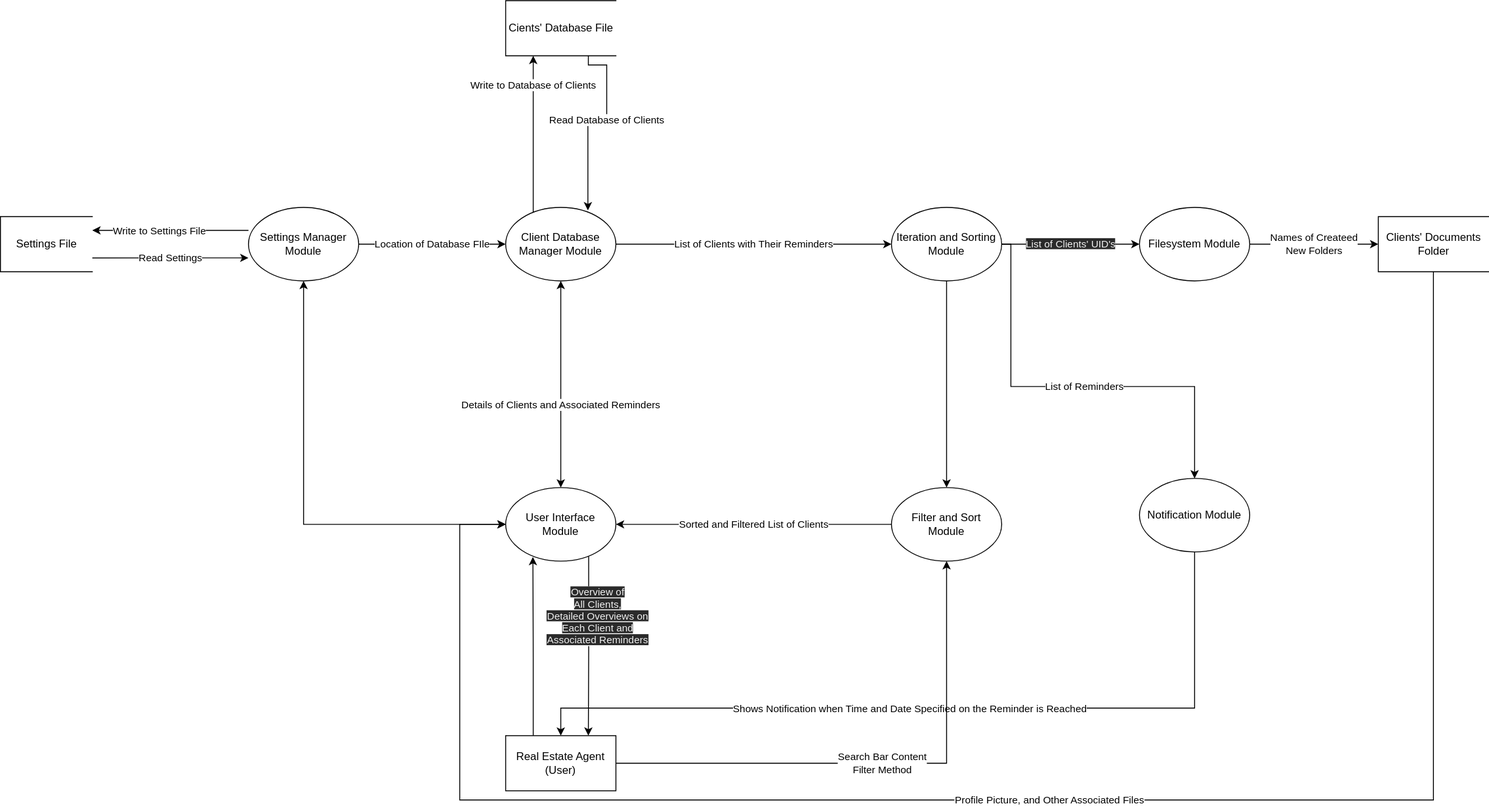
This is docs/dataflow.drawio.svg from amydevs/property-client-manager, a draw.io export, as it was before one commit. Source tidied: cells renumbered, new cells last; positions are measured from the earlier drawing's top-left corner, leaving out a move shared by most shapes. Source of this version:
```xml
<mxGraphModel>
  <root>
    <mxCell id="0" />
    <mxCell id="1" parent="0" />
    <mxCell id="2" value="List of Clients with Their Reminders" style="edgeStyle=orthogonalEdgeStyle;html=1;rounded=0;" parent="1" edge="1" source="3" target="16">
      <mxGeometry relative="1" as="geometry" />
    </mxCell>
    <mxCell id="3" value="Client Database Manager Module" style="ellipse;whiteSpace=wrap;html=1;" parent="1" vertex="1">
      <mxGeometry x="550" y="225" width="120" height="80" as="geometry" />
    </mxCell>
    <mxCell id="4" value="Location of Database FIle" style="edgeStyle=none;html=1;" parent="1" edge="1" source="5" target="3">
      <mxGeometry relative="1" as="geometry" />
    </mxCell>
    <mxCell id="5" value="Settings Manager Module" style="ellipse;whiteSpace=wrap;html=1;" parent="1" vertex="1">
      <mxGeometry x="270" y="225" width="120" height="80" as="geometry" />
    </mxCell>
    <mxCell id="6" value="Settings File" style="html=1;dashed=0;whitespace=wrap;shape=partialRectangle;right=0;" parent="1" vertex="1">
      <mxGeometry y="235" width="100" height="60" as="geometry" />
    </mxCell>
    <mxCell id="7" value="Read Settings" style="endArrow=classic;html=1;entryX=0;entryY=0.687;entryDx=0;entryDy=0;entryPerimeter=0;exitX=1;exitY=0.75;exitDx=0;exitDy=0;edgeStyle=orthogonalEdgeStyle;elbow=vertical;rounded=0;" parent="1" edge="1" source="6" target="5">
      <mxGeometry relative="1" as="geometry" />
    </mxCell>
    <mxCell id="8" style="endArrow=classic;html=1;rounded=0;elbow=vertical;entryX=1;entryY=0.25;entryDx=0;entryDy=0;exitX=0;exitY=0.313;exitDx=0;exitDy=0;exitPerimeter=0;edgeStyle=orthogonalEdgeStyle;" parent="1" edge="1" source="5" target="6">
      <mxGeometry relative="1" as="geometry" />
    </mxCell>
    <mxCell id="9" value="Write to Settings File" style="edgeLabel;html=1;align=center;verticalAlign=middle;" parent="8" vertex="1">
      <mxGeometry x="0.15" relative="1" as="geometry" />
    </mxCell>
    <mxCell id="10" value="Read Database of Clients" style="edgeStyle=orthogonalEdgeStyle;rounded=0;html=1;exitX=0.75;exitY=1;exitDx=0;exitDy=0;entryX=0.746;entryY=0.041;entryDx=0;entryDy=0;entryPerimeter=0;elbow=vertical;" parent="1" edge="1" source="12" target="3">
      <mxGeometry x="-0.13" relative="1" as="geometry">
        <Array as="points">
          <mxPoint x="640" y="70" />
          <mxPoint x="660" y="70" />
          <mxPoint x="660" y="130" />
          <mxPoint x="640" y="130" />
        </Array>
      </mxGeometry>
    </mxCell>
    <mxCell id="11" value="Write to Database of Clients" style="edgeStyle=orthogonalEdgeStyle;rounded=0;html=1;elbow=vertical;entryX=0.25;entryY=1;entryDx=0;entryDy=0;exitX=0.25;exitY=0.063;exitDx=0;exitDy=0;exitPerimeter=0;" parent="1" edge="1" source="3" target="12">
      <mxGeometry x="0.63" relative="1" as="geometry">
        <Array as="points">
          <mxPoint x="580" y="80" />
          <mxPoint x="580" y="80" />
        </Array>
      </mxGeometry>
    </mxCell>
    <mxCell id="12" value="Cients' Database File" style="html=1;dashed=0;whitespace=wrap;shape=partialRectangle;right=0;" parent="1" vertex="1">
      <mxGeometry x="550" width="120" height="60" as="geometry" />
    </mxCell>
    <mxCell id="13" value="&lt;span style=&quot;color: rgb(240 , 240 , 240) ; font-family: &amp;#34;helvetica&amp;#34; ; font-size: 11px ; font-style: normal ; font-weight: 400 ; letter-spacing: normal ; text-align: center ; text-indent: 0px ; text-transform: none ; word-spacing: 0px ; background-color: rgb(42 , 42 , 42) ; display: inline ; float: none&quot;&gt;List of Clients' UID's&lt;/span&gt;" style="edgeStyle=orthogonalEdgeStyle;rounded=0;html=1;" parent="1" edge="1" source="16" target="18">
      <mxGeometry relative="1" as="geometry" />
    </mxCell>
    <mxCell id="14" value="List of Reminders" style="edgeStyle=orthogonalEdgeStyle;rounded=0;html=1;" parent="1" edge="1" source="16" target="21">
      <mxGeometry x="0.05" relative="1" as="geometry">
        <Array as="points">
          <mxPoint x="1100" y="265" />
          <mxPoint x="1100" y="420" />
          <mxPoint x="1300" y="420" />
        </Array>
      </mxGeometry>
    </mxCell>
    <mxCell id="15" style="edgeStyle=orthogonalEdgeStyle;rounded=0;html=1;exitX=0.5;exitY=1;exitDx=0;exitDy=0;entryX=0.5;entryY=0;entryDx=0;entryDy=0;" parent="1" edge="1" source="16" target="30">
      <mxGeometry relative="1" as="geometry" />
    </mxCell>
    <mxCell id="16" value="Iteration and Sorting Module" style="ellipse;whiteSpace=wrap;html=1;" parent="1" vertex="1">
      <mxGeometry x="970" y="225" width="120" height="80" as="geometry" />
    </mxCell>
    <mxCell id="17" value="Names of Createed&lt;br&gt;New Folders" style="edgeStyle=orthogonalEdgeStyle;rounded=0;html=1;" parent="1" edge="1" source="18" target="23">
      <mxGeometry relative="1" as="geometry" />
    </mxCell>
    <mxCell id="18" value="Filesystem Module" style="ellipse;whiteSpace=wrap;html=1;" parent="1" vertex="1">
      <mxGeometry x="1240" y="225" width="120" height="80" as="geometry" />
    </mxCell>
    <mxCell id="19" style="edgeStyle=orthogonalEdgeStyle;rounded=0;html=1;exitX=0.5;exitY=1;exitDx=0;exitDy=0;entryX=0.5;entryY=0;entryDx=0;entryDy=0;" parent="1" edge="1" source="21" target="27">
      <mxGeometry relative="1" as="geometry">
        <Array as="points">
          <mxPoint x="1300" y="770" />
          <mxPoint x="610" y="770" />
        </Array>
      </mxGeometry>
    </mxCell>
    <mxCell id="20" value="Shows Notification when Time and Date Specified on the Reminder is Reached" style="edgeLabel;html=1;align=center;verticalAlign=middle;" parent="19" vertex="1">
      <mxGeometry x="0.08" y="3" relative="1" as="geometry">
        <mxPoint y="-3" as="offset" />
      </mxGeometry>
    </mxCell>
    <mxCell id="21" value="Notification Module" style="ellipse;whiteSpace=wrap;html=1;" parent="1" vertex="1">
      <mxGeometry x="1240" y="520" width="120" height="80" as="geometry" />
    </mxCell>
    <mxCell id="22" value="Profile Picture, and Other Associated Files" style="edgeStyle=orthogonalEdgeStyle;html=1;exitX=0.5;exitY=1;exitDx=0;exitDy=0;rounded=0;entryX=0;entryY=0.5;entryDx=0;entryDy=0;" parent="1" edge="1" source="23" target="32">
      <mxGeometry relative="1" as="geometry">
        <Array as="points">
          <mxPoint x="1560" y="870" />
          <mxPoint x="500" y="870" />
          <mxPoint x="500" y="570" />
        </Array>
      </mxGeometry>
    </mxCell>
    <mxCell id="23" value="Clients' Documents&lt;br&gt;Folder" style="html=1;dashed=0;whitespace=wrap;shape=partialRectangle;right=0;" parent="1" vertex="1">
      <mxGeometry x="1500" y="235" width="120" height="60" as="geometry" />
    </mxCell>
    <mxCell id="24" value="Search Bar Content&lt;br&gt;Filter Method" style="edgeStyle=orthogonalEdgeStyle;rounded=0;html=1;exitX=1;exitY=0.5;exitDx=0;exitDy=0;entryX=0.5;entryY=1;entryDx=0;entryDy=0;" parent="1" edge="1" source="27" target="30">
      <mxGeometry relative="1" as="geometry" />
    </mxCell>
    <mxCell id="25" style="edgeStyle=orthogonalEdgeStyle;html=1;exitX=0.25;exitY=0;exitDx=0;exitDy=0;entryX=0.247;entryY=0.943;entryDx=0;entryDy=0;entryPerimeter=0;" parent="1" edge="1" source="27" target="32">
      <mxGeometry relative="1" as="geometry" />
    </mxCell>
    <mxCell id="26" value="&lt;span style=&quot;color: rgb(240 , 240 , 240) ; font-family: &amp;#34;helvetica&amp;#34; ; font-size: 11px ; font-style: normal ; font-weight: 400 ; letter-spacing: normal ; text-align: center ; text-indent: 0px ; text-transform: none ; word-spacing: 0px ; background-color: rgb(42 , 42 , 42) ; display: inline ; float: none&quot;&gt;Overview of&lt;/span&gt;&lt;br style=&quot;color: rgb(240 , 240 , 240) ; font-family: &amp;#34;helvetica&amp;#34; ; font-size: 11px ; font-style: normal ; font-weight: 400 ; letter-spacing: normal ; text-align: center ; text-indent: 0px ; text-transform: none ; word-spacing: 0px&quot;&gt;&lt;span style=&quot;color: rgb(240 , 240 , 240) ; font-family: &amp;#34;helvetica&amp;#34; ; font-size: 11px ; font-style: normal ; font-weight: 400 ; letter-spacing: normal ; text-align: center ; text-indent: 0px ; text-transform: none ; word-spacing: 0px ; background-color: rgb(42 , 42 , 42) ; display: inline ; float: none&quot;&gt;All Clients,&lt;br&gt;Detailed Overviews on&lt;br&gt;Each Client and&lt;br&gt;Associated Reminders&lt;br&gt;&lt;/span&gt;" style="edgeStyle=orthogonalEdgeStyle;html=1;exitX=0.753;exitY=0.938;exitDx=0;exitDy=0;entryX=0.75;entryY=0;entryDx=0;entryDy=0;exitPerimeter=0;" parent="1" edge="1" source="32" target="27">
      <mxGeometry x="-0.33" y="10" relative="1" as="geometry" />
    </mxCell>
    <mxCell id="27" value="Real Estate Agent (User)" style="rounded=0;whiteSpace=wrap;html=1;" parent="1" vertex="1">
      <mxGeometry x="550" y="800" width="120" height="60" as="geometry" />
    </mxCell>
    <mxCell id="28" style="edgeStyle=orthogonalEdgeStyle;rounded=0;html=1;exitX=0;exitY=0.5;exitDx=0;exitDy=0;entryX=0.5;entryY=1;entryDx=0;entryDy=0;startArrow=classic;startFill=1;" parent="1" edge="1" source="32" target="5">
      <mxGeometry relative="1" as="geometry" />
    </mxCell>
    <mxCell id="29" value="Sorted and Filtered List of Clients" style="edgeStyle=orthogonalEdgeStyle;rounded=0;html=1;exitX=0;exitY=0.5;exitDx=0;exitDy=0;entryX=1;entryY=0.5;entryDx=0;entryDy=0;" parent="1" edge="1" source="30" target="32">
      <mxGeometry relative="1" as="geometry" />
    </mxCell>
    <mxCell id="30" value="Filter and Sort Module" style="ellipse;whiteSpace=wrap;html=1;" parent="1" vertex="1">
      <mxGeometry x="970" y="530" width="120" height="80" as="geometry" />
    </mxCell>
    <mxCell id="31" value="Details of Clients and Associated Reminders" style="edgeStyle=none;html=1;exitX=0.5;exitY=0;exitDx=0;exitDy=0;startArrow=classic;startFill=1;" parent="1" edge="1" source="32" target="3">
      <mxGeometry x="-0.2" relative="1" as="geometry" />
    </mxCell>
    <mxCell id="32" value="User Interface Module" style="ellipse;whiteSpace=wrap;html=1;" parent="1" vertex="1">
      <mxGeometry x="550" y="530" width="120" height="80" as="geometry" />
    </mxCell>
  </root>
</mxGraphModel>
```
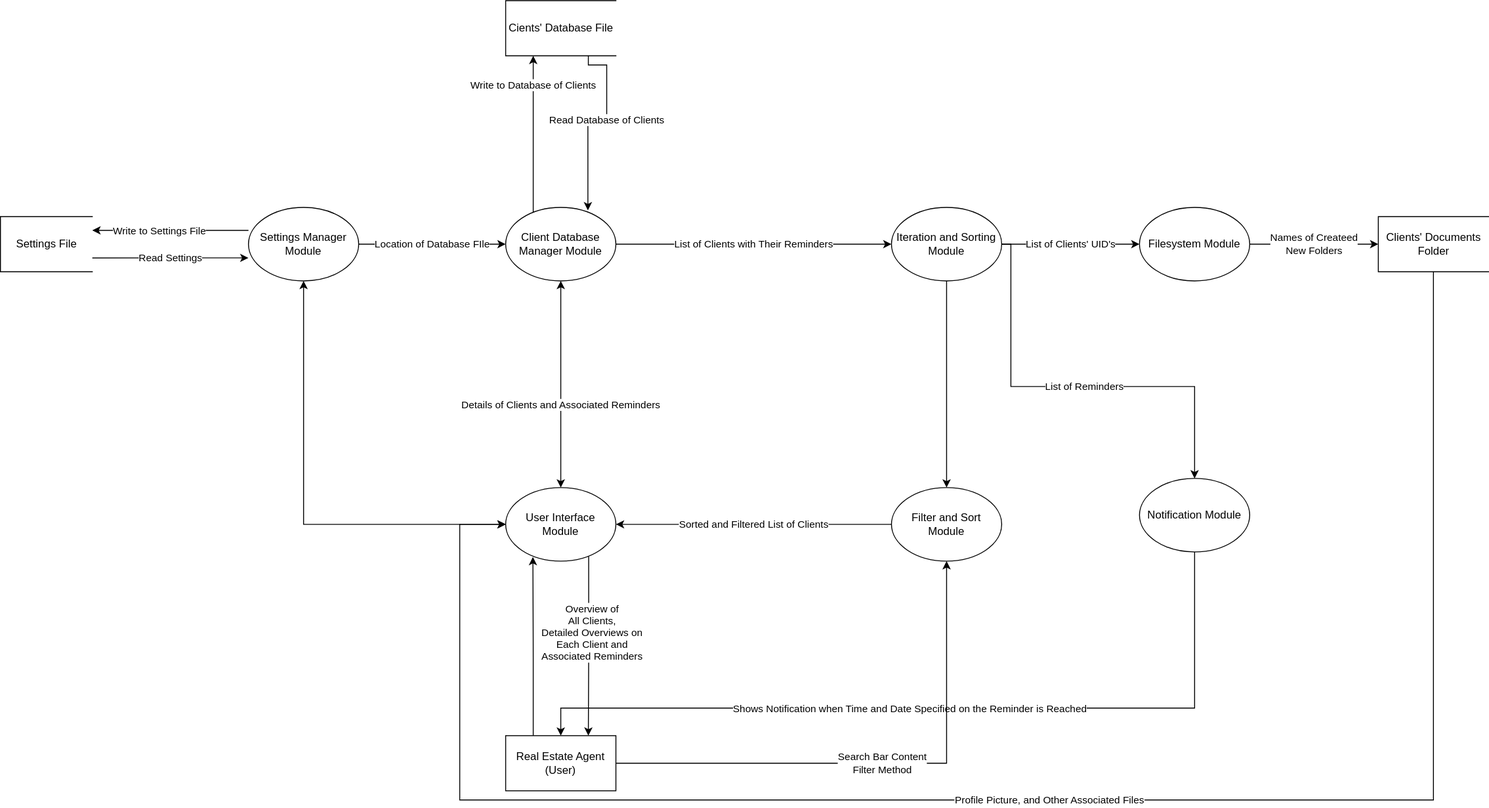
The same file after the commit.

What changed in the source:
```diff
@@ -47,7 +47,7 @@
     <mxCell id="12" value="Cients' Database File" style="html=1;dashed=0;whitespace=wrap;shape=partialRectangle;right=0;" parent="1" vertex="1">
       <mxGeometry x="550" width="120" height="60" as="geometry" />
     </mxCell>
-    <mxCell id="13" value="&lt;span style=&quot;color: rgb(240 , 240 , 240) ; font-family: &amp;#34;helvetica&amp;#34; ; font-size: 11px ; font-style: normal ; font-weight: 400 ; letter-spacing: normal ; text-align: center ; text-indent: 0px ; text-transform: none ; word-spacing: 0px ; background-color: rgb(42 , 42 , 42) ; display: inline ; float: none&quot;&gt;List of Clients' UID's&lt;/span&gt;" style="edgeStyle=orthogonalEdgeStyle;rounded=0;html=1;" parent="1" edge="1" source="16" target="18">
+    <mxCell id="13" value="&lt;span style=&quot;font-family: &amp;#34;helvetica&amp;#34;&quot;&gt;List of Clients' UID's&lt;/span&gt;" style="edgeStyle=orthogonalEdgeStyle;rounded=0;html=1;" parent="1" edge="1" source="16" target="18">
       <mxGeometry relative="1" as="geometry" />
     </mxCell>
     <mxCell id="14" value="List of Reminders" style="edgeStyle=orthogonalEdgeStyle;rounded=0;html=1;" parent="1" edge="1" source="16" target="21">
@@ -105,9 +105,14 @@
     <mxCell id="25" style="edgeStyle=orthogonalEdgeStyle;html=1;exitX=0.25;exitY=0;exitDx=0;exitDy=0;entryX=0.247;entryY=0.943;entryDx=0;entryDy=0;entryPerimeter=0;" parent="1" edge="1" source="27" target="32">
       <mxGeometry relative="1" as="geometry" />
     </mxCell>
-    <mxCell id="26" value="&lt;span style=&quot;color: rgb(240 , 240 , 240) ; font-family: &amp;#34;helvetica&amp;#34; ; font-size: 11px ; font-style: normal ; font-weight: 400 ; letter-spacing: normal ; text-align: center ; text-indent: 0px ; text-transform: none ; word-spacing: 0px ; background-color: rgb(42 , 42 , 42) ; display: inline ; float: none&quot;&gt;Overview of&lt;/span&gt;&lt;br style=&quot;color: rgb(240 , 240 , 240) ; font-family: &amp;#34;helvetica&amp;#34; ; font-size: 11px ; font-style: normal ; font-weight: 400 ; letter-spacing: normal ; text-align: center ; text-indent: 0px ; text-transform: none ; word-spacing: 0px&quot;&gt;&lt;span style=&quot;color: rgb(240 , 240 , 240) ; font-family: &amp;#34;helvetica&amp;#34; ; font-size: 11px ; font-style: normal ; font-weight: 400 ; letter-spacing: normal ; text-align: center ; text-indent: 0px ; text-transform: none ; word-spacing: 0px ; background-color: rgb(42 , 42 , 42) ; display: inline ; float: none&quot;&gt;All Clients,&lt;br&gt;Detailed Overviews on&lt;br&gt;Each Client and&lt;br&gt;Associated Reminders&lt;br&gt;&lt;/span&gt;" style="edgeStyle=orthogonalEdgeStyle;html=1;exitX=0.753;exitY=0.938;exitDx=0;exitDy=0;entryX=0.75;entryY=0;entryDx=0;entryDy=0;exitPerimeter=0;" parent="1" edge="1" source="32" target="27">
+    <mxCell id="26" value="&lt;span style=&quot;color: rgb(240 , 240 , 240) ; font-family: &amp;#34;helvetica&amp;#34; ; font-size: 11px ; font-style: normal ; font-weight: 400 ; letter-spacing: normal ; text-align: center ; text-indent: 0px ; text-transform: none ; word-spacing: 0px ; background-color: rgb(42 , 42 , 42) ; display: inline ; float: none&quot;&gt;&lt;br&gt;&lt;/span&gt;" style="edgeStyle=orthogonalEdgeStyle;html=1;exitX=0.753;exitY=0.938;exitDx=0;exitDy=0;entryX=0.75;entryY=0;entryDx=0;entryDy=0;exitPerimeter=0;" parent="1" edge="1" source="32" target="27">
       <mxGeometry x="-0.33" y="10" relative="1" as="geometry" />
     </mxCell>
+    <mxCell id="33" value="&lt;span style=&quot;font-family: &amp;#34;helvetica&amp;#34;&quot;&gt;Overview of&lt;/span&gt;&lt;br style=&quot;font-family: &amp;#34;helvetica&amp;#34;&quot;&gt;&lt;span style=&quot;font-family: &amp;#34;helvetica&amp;#34;&quot;&gt;All Clients,&lt;br&gt;Detailed Overviews on&lt;br&gt;Each Client and&lt;br&gt;Associated Reminders&lt;/span&gt;" style="edgeLabel;html=1;align=center;verticalAlign=middle;" parent="26" vertex="1">
+      <mxGeometry x="-0.18" y="3" relative="1" as="geometry">
+        <mxPoint y="2" as="offset" />
+      </mxGeometry>
+    </mxCell>
     <mxCell id="27" value="Real Estate Agent (User)" style="rounded=0;whiteSpace=wrap;html=1;" parent="1" vertex="1">
       <mxGeometry x="550" y="800" width="120" height="60" as="geometry" />
     </mxCell>
```
